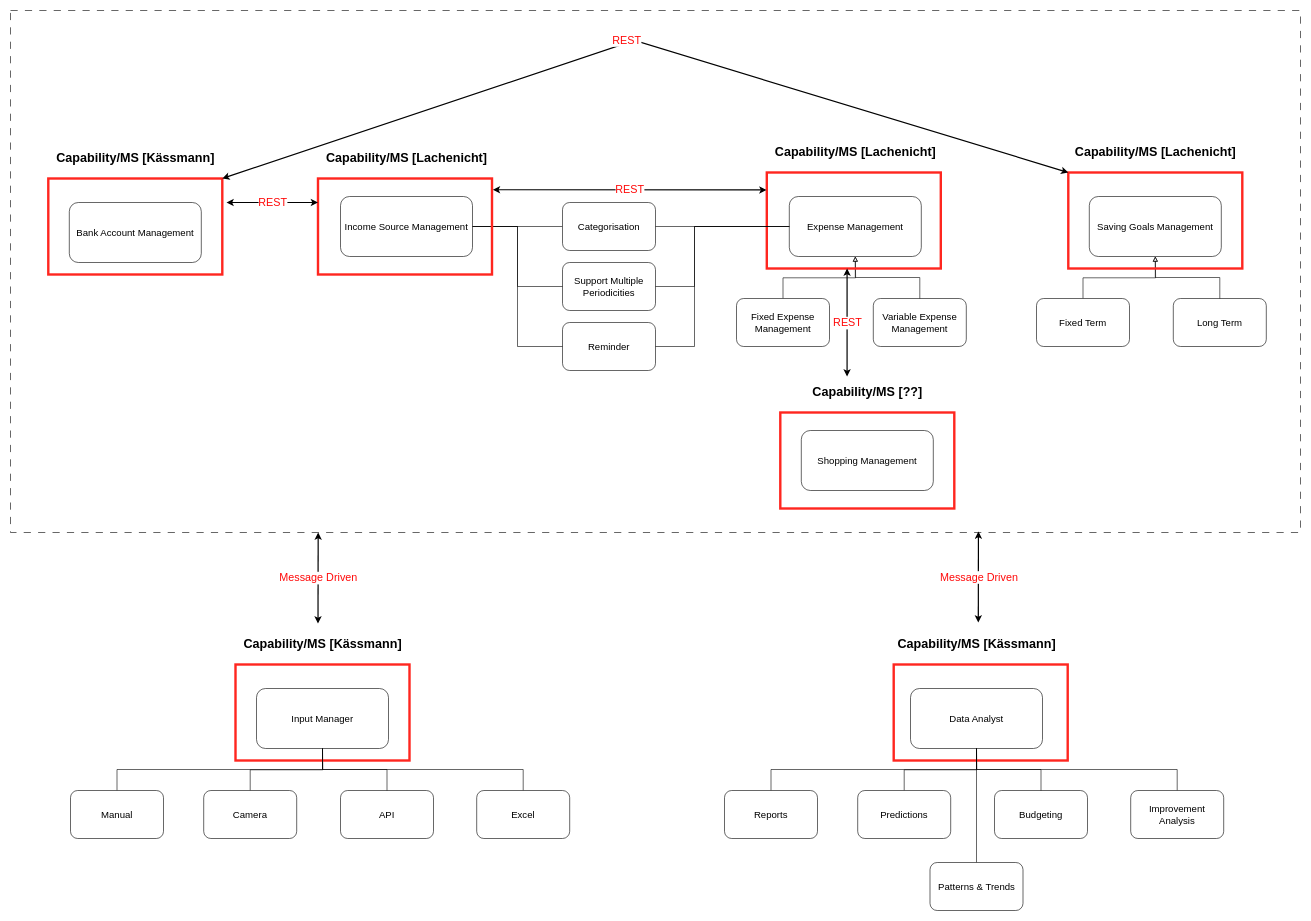
Before: sources/capability_diagram.drawio in Uinyw/financetracker, a draw.io diagram. Source tidied: cells renumbered, new cells numbered last; positions are measured from the earlier drawing's top-left corner, leaving out a move shared by most shapes. Both pictures are drawn from the tidied source at 60%, with x=0, y=0 at pixel (10, 10).
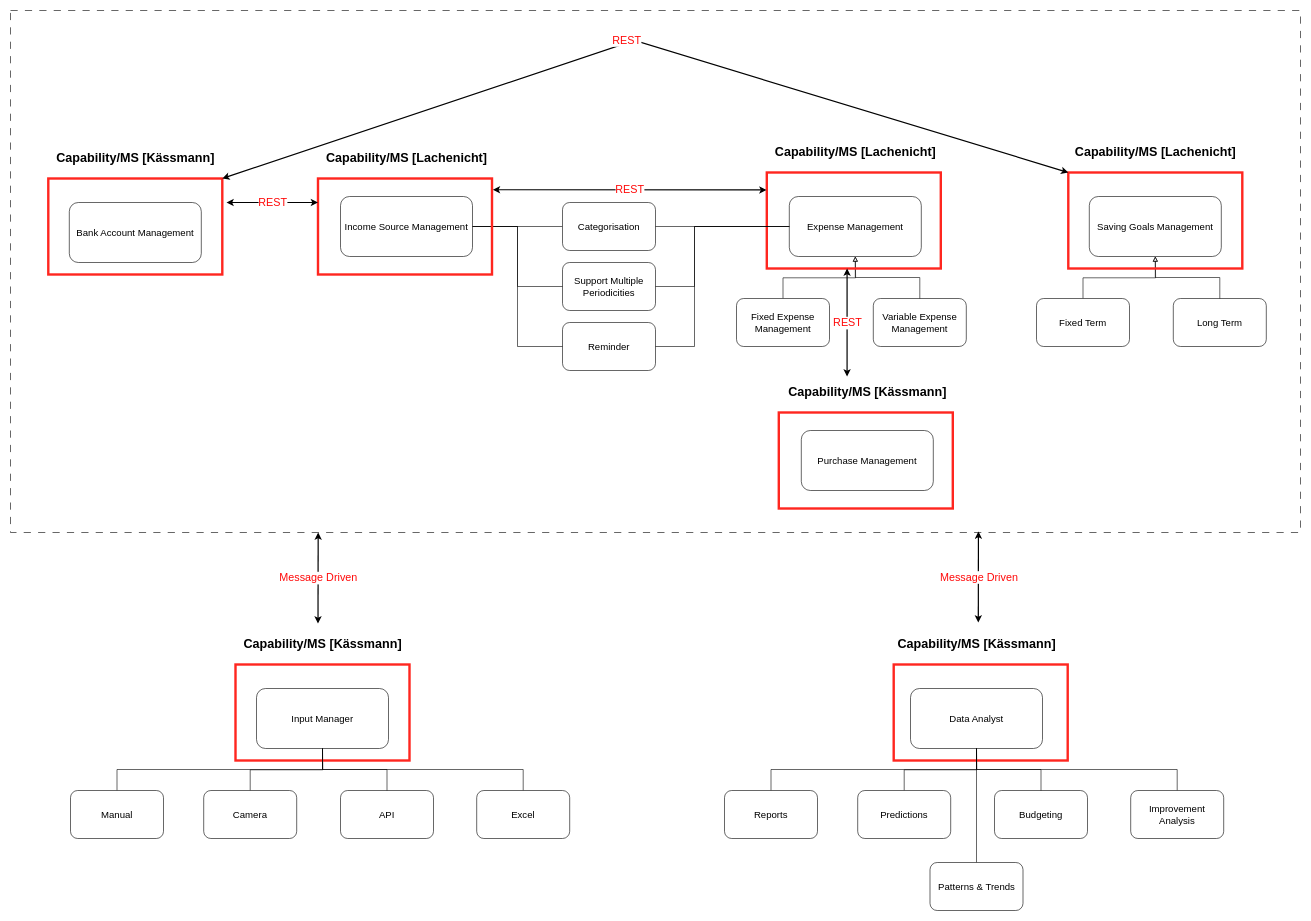
After the change.

The edit, as a diff of the source:
```diff
@@
     <mxCell id="38" style="group;" parent="1" vertex="1">
-      <mxGeometry x="1230" y="700" width="383" height="250" as="geometry" />
+      <mxGeometry x="1230" y="700" width="580" height="250" as="geometry" />
     </mxCell>
-    <mxCell id="39" value="&lt;font style=&quot;font-size: 16px;&quot;&gt;Shopping Management&lt;/font&gt;" style="rounded=1;whiteSpace=wrap;html=1;" parent="38" vertex="1">
+    <mxCell id="39" value="&lt;font style=&quot;font-size: 16px;&quot;&gt;Purchase Management&lt;/font&gt;" style="rounded=1;whiteSpace=wrap;html=1;" parent="38" vertex="1">
       <mxGeometry x="88" width="220" height="100" as="geometry" />
     </mxCell>
     <mxCell id="40" style="group;" parent="38" vertex="1">
-      <mxGeometry x="50.5" y="-80" width="295" height="210" as="geometry" />
+      <mxGeometry x="50.5" y="-80" width="529.5" height="210" as="geometry" />
     </mxCell>
-    <mxCell id="41" value="&lt;font style=&quot;font-size: 21px;&quot;&gt;&lt;b&gt;Capability/MS [??]&lt;/b&gt;&lt;/font&gt;" style="text;html=1;strokeColor=none;fillColor=none;align=center;verticalAlign=middle;whiteSpace=wrap;rounded=0;" parent="40" vertex="1">
+    <mxCell id="41" value="&lt;font style=&quot;font-size: 21px;&quot;&gt;&lt;b&gt;Capability/MS [Kässmann]&lt;/b&gt;&lt;/font&gt;" style="text;html=1;strokeColor=none;fillColor=none;align=center;verticalAlign=middle;whiteSpace=wrap;rounded=0;" parent="40" vertex="1">
       <mxGeometry width="295" height="30" as="geometry" />
     </mxCell>
-    <mxCell id="42" style="rounded=0;whiteSpace=wrap;html=1;fillColor=none;strokeWidth=4;strokeColor=#FF261F;" parent="38" vertex="1">
-      <mxGeometry x="53" y="-30" width="290" height="160" as="geometry" />
+    <mxCell id="42" style="rounded=0;whiteSpace=wrap;html=1;fillColor=none;strokeWidth=4;strokeColor=#FF261F;" parent="40" vertex="1">
+      <mxGeometry y="50" width="290" height="160" as="geometry" />
     </mxCell>
```
